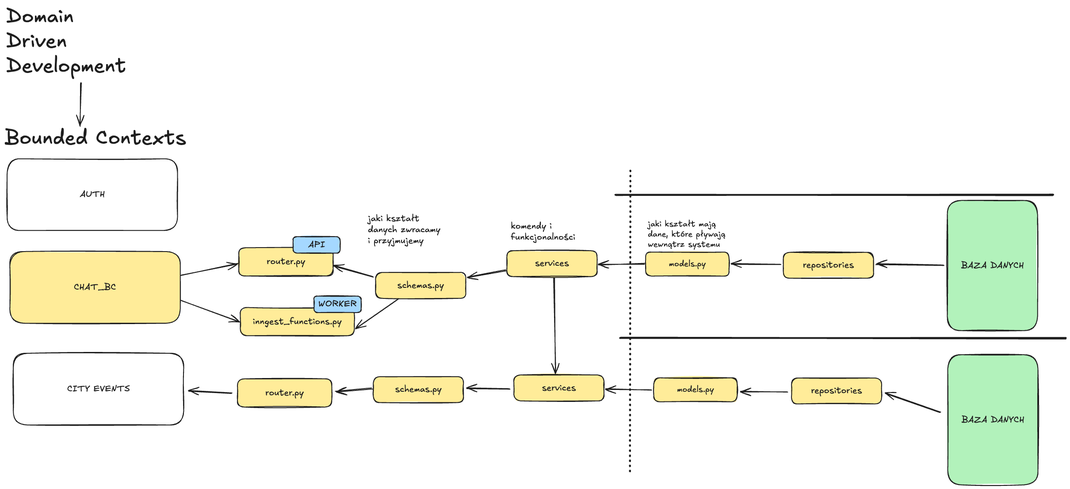
Above: docs/bounded_contexts.excalidraw.png in imprv-ai-materials/ai-2030--G1--smart-wroclaw (Excalidraw), before the change. Source tidied: one line per element, renumbered; positions are measured from the earlier drawing's top-left corner, leaving out a move shared by most shapes.
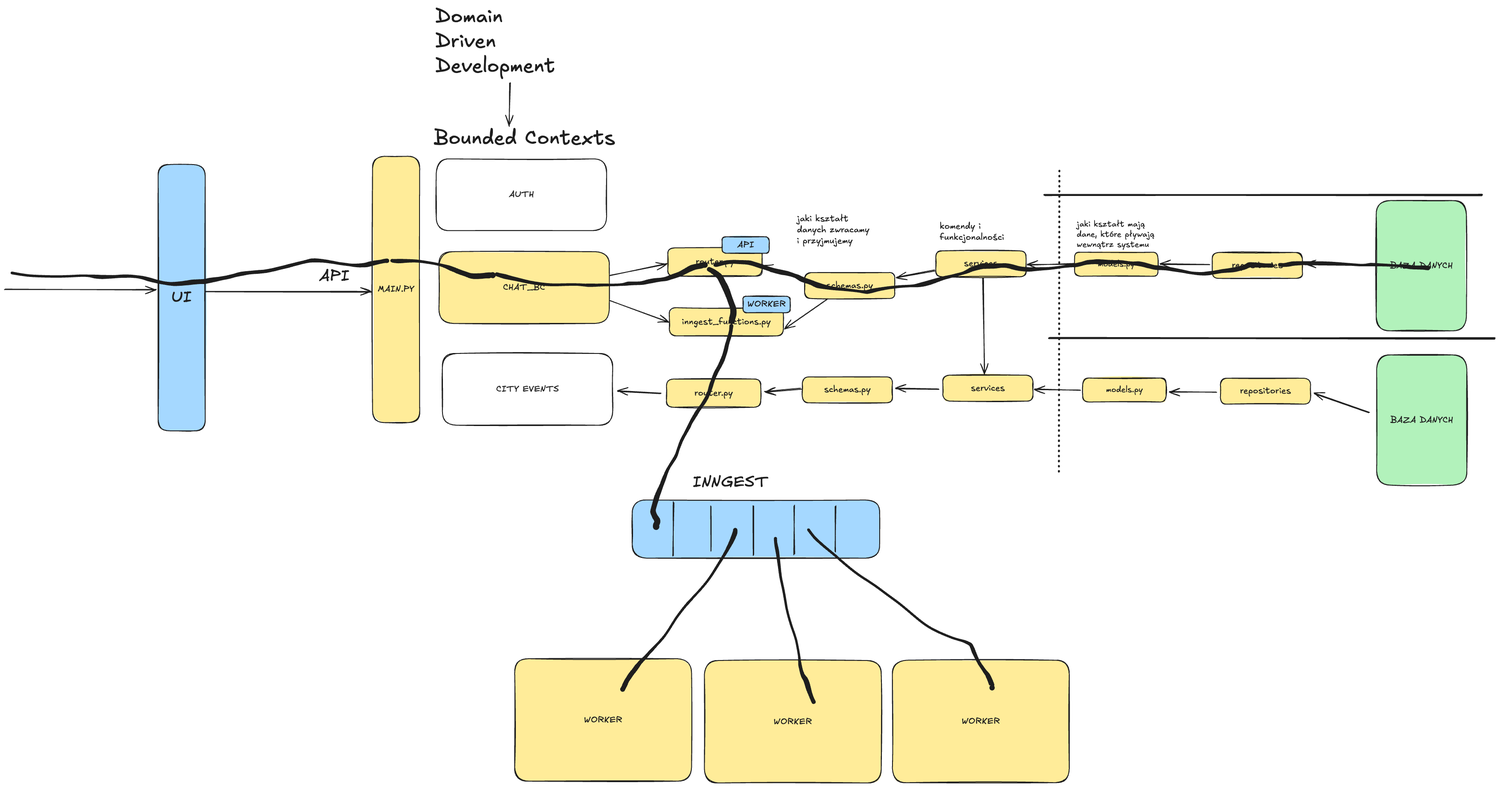
After the commit.

Commit message:
expose inngest

What changed in the source:
```diff
@@ -58,3 +58,33 @@
 {"id": 57, "type": "rectangle", "strokeColor": "#1e1e1e", "backgroundColor": "#b2f2bb", "fillStyle": "solid", "strokeWidth": 2, "roughness": 1, "round": true, "x": 2134, "y": 792, "width": 204, "height": 294}
 {"id": 58, "type": "text", "text": "BAZA DANYCH", "strokeColor": "#1e1e1e", "backgroundColor": "#ffec99", "fillStyle": "solid", "strokeWidth": 2, "roughness": 1, "fontSize": 20, "fontFamily": 5, "textAlign": "center", "verticalAlign": "middle", "inside": 57, "x": 2164, "y": 927, "width": 142, "height": 25}
 {"id": 59, "type": "line", "strokeColor": "#1e1e1e", "backgroundColor": "#b2f2bb", "fillStyle": "solid", "strokeWidth": 4, "strokeStyle": "dotted", "roughness": 1, "round": true, "x": 1415, "y": 376, "width": 0, "height": 682, "points": [[0, 0], [0, 682]]}
+{"id": 60, "type": "rectangle", "strokeColor": "#1e1e1e", "backgroundColor": "#ffec99", "fillStyle": "solid", "strokeWidth": 2, "roughness": 1, "round": true, "x": -138, "y": 343, "width": 107, "height": 602}
+{"id": 61, "type": "text", "text": "MAIN.PY", "strokeColor": "#1e1e1e", "backgroundColor": "#b2f2bb", "fillStyle": "solid", "strokeWidth": 4, "strokeStyle": "dotted", "roughness": 1, "fontSize": 20, "fontFamily": 5, "textAlign": "center", "verticalAlign": "middle", "inside": 60, "x": -126, "y": 632, "width": 83, "height": 25}
+{"id": 62, "type": "rectangle", "strokeColor": "#1e1e1e", "backgroundColor": "#a5d8ff", "fillStyle": "solid", "strokeWidth": 2, "roughness": 1, "round": true, "x": -623, "y": 362, "width": 107, "height": 602}
+{"id": 63, "type": "text", "text": "UI", "strokeColor": "#1e1e1e", "backgroundColor": "#b2f2bb", "fillStyle": "solid", "strokeWidth": 4, "strokeStyle": "dotted", "roughness": 1, "fontSize": 36, "fontFamily": 5, "textAlign": "center", "verticalAlign": "middle", "inside": 62, "x": -593, "y": 640, "width": 46, "height": 45}
+{"id": 64, "type": "arrow", "strokeColor": "#1e1e1e", "backgroundColor": "#a5d8ff", "fillStyle": "solid", "strokeWidth": 2, "roughness": 1, "endArrowhead": "arrow", "round": true, "to": 62, "x": -970, "y": 645, "width": 343, "height": 0, "points": [[0, 0], [343, 0]]}
+{"id": 65, "type": "arrow", "strokeColor": "#1e1e1e", "backgroundColor": "#a5d8ff", "fillStyle": "solid", "strokeWidth": 2, "roughness": 1, "endArrowhead": "arrow", "round": true, "from": 62, "to": 60, "x": -516, "y": 649, "width": 375, "height": 1, "points": [[0, 0], [375, 1]]}
+{"id": 66, "type": "text", "text": "API", "strokeColor": "#1e1e1e", "backgroundColor": "#a5d8ff", "fillStyle": "solid", "strokeWidth": 2, "roughness": 1, "fontSize": 36, "fontFamily": 5, "x": -259, "y": 592, "width": 69, "height": 45}
+{"id": 67, "type": "freedraw", "strokeColor": "#1e1e1e", "backgroundColor": "#a5d8ff", "fillStyle": "solid", "strokeWidth": 2, "roughness": 1, "x": -94, "y": 579, "width": 228, "height": 35, "points": [[0, 0], [1, 0], [3, 1], [9, 1], [22, 1], [54, 0], [93, 6], [113, 10], [124, 14], [125, 15], [129, 16], [142, 21], [151, 25], [166, 30], [175, 34], [180, 35], [181, 35], [183, 35], [192, 35], [204, 35], [212, 34], [214, 34], [215, 33], [216, 33], [217, 33], [219, 33], [221, 33], [226, 33], [228, 33], [228, 33]]}
+{"id": 68, "type": "freedraw", "strokeColor": "#1e1e1e", "backgroundColor": "#a5d8ff", "fillStyle": "solid", "strokeWidth": 2, "roughness": 1, "x": -954, "y": 607, "width": 849, "height": 53, "points": [[0, 0], [37, 6], [158, 6], [182, 7], [209, 9], [255, 7], [292, 10], [317, 17], [354, 24], [375, 25], [398, 22], [419, 20], [436, 19], [449, 17], [487, 10], [514, 3], [552, -2], [584, -6], [619, -14], [652, -23], [676, -28], [711, -27], [759, -19], [783, -17], [802, -18], [813, -21], [845, -28], [847, -28], [848, -27]]}
+{"id": 69, "type": "freedraw", "strokeColor": "#1e1e1e", "backgroundColor": "#a5d8ff", "fillStyle": "solid", "strokeWidth": 2, "roughness": 1, "x": 143, "y": 610, "width": 471, "height": 47, "points": [[0, 0], [2, 1], [11, 3], [25, 7], [123, 25], [187, 23], [208, 25], [248, 24], [290, 23], [292, 22], [318, 20], [334, 19], [351, 15], [379, 11], [386, 10], [397, 5], [412, 0], [424, -5], [431, -9], [434, -11], [438, -13], [455, -18], [461, -19], [467, -21], [469, -21], [470, -21], [471, -21]]}
+{"id": 70, "type": "freedraw", "strokeColor": "#1e1e1e", "backgroundColor": "#a5d8ff", "fillStyle": "solid", "strokeWidth": 2, "roughness": 1, "x": 638, "y": 589, "width": 1259, "height": 69, "points": [[0, 0], [29, -7], [92, -1], [143, 15], [186, 27], [216, 39], [236, 48], [342, 61], [410, 49], [463, 45], [542, 24], [579, 10], [602, 3], [650, 1], [700, 10], [799, 2], [848, -6], [898, -7], [954, -3], [1003, 7], [1095, 20], [1160, 13], [1202, 3], [1217, 0]]}
+{"id": 71, "type": "freedraw", "strokeColor": "#1e1e1e", "backgroundColor": "#a5d8ff", "fillStyle": "solid", "strokeWidth": 2, "roughness": 1, "x": 1915, "y": 589, "width": 335, "height": 12, "points": [[0, 0], [1, 1], [11, 1], [19, -1], [22, -1], [36, -4], [82, -5], [120, -5], [169, 0], [191, 1], [200, 0], [209, -1], [227, 0], [248, 1], [274, 2], [281, 2], [282, 2], [283, 2], [288, 4], [297, 6], [314, 6], [324, 6], [332, 7], [334, 7], [335, 7], [335, 7]]}
+{"id": 72, "type": "freedraw", "strokeColor": "#1e1e1e", "backgroundColor": "#a5d8ff", "fillStyle": "solid", "strokeWidth": 2, "roughness": 1, "x": 624, "y": 599, "width": 55, "height": 117, "points": [[0, 0], [3, 1], [5, 3], [12, 7], [17, 10], [21, 14], [22, 15], [24, 17], [25, 19], [29, 27], [31, 31], [33, 34], [35, 37], [38, 45], [44, 59], [49, 75], [52, 83], [54, 86], [54, 88], [55, 90], [55, 94], [55, 103], [53, 108], [52, 111], [52, 114], [52, 116], [51, 116]]}
+{"id": 73, "type": "rectangle", "strokeColor": "#1e1e1e", "backgroundColor": "#a5d8ff", "fillStyle": "solid", "strokeWidth": 2, "roughness": 1, "round": true, "x": 449, "y": 1120, "width": 560, "height": 131}
+{"id": 74, "type": "line", "strokeColor": "#1e1e1e", "backgroundColor": "#a5d8ff", "fillStyle": "solid", "strokeWidth": 2, "roughness": 1, "round": true, "x": 543, "y": 1125, "width": 0, "height": 122, "points": [[0, 0], [0, 122]]}
+{"id": 75, "type": "line", "strokeColor": "#1e1e1e", "backgroundColor": "#a5d8ff", "fillStyle": "solid", "strokeWidth": 2, "roughness": 1, "round": true, "x": 627, "y": 1135, "width": 0, "height": 100, "points": [[0, 0], [0, 100]]}
+{"id": 76, "type": "line", "strokeColor": "#1e1e1e", "backgroundColor": "#a5d8ff", "fillStyle": "solid", "strokeWidth": 2, "roughness": 1, "round": true, "x": 724, "y": 1133, "width": 0, "height": 112, "points": [[0, 0], [0, 112]]}
+{"id": 77, "type": "line", "strokeColor": "#1e1e1e", "backgroundColor": "#a5d8ff", "fillStyle": "solid", "strokeWidth": 2, "roughness": 1, "round": true, "x": 816, "y": 1132, "width": 0, "height": 112, "points": [[0, 0], [0, 112]]}
+{"id": 78, "type": "line", "strokeColor": "#1e1e1e", "backgroundColor": "#a5d8ff", "fillStyle": "solid", "strokeWidth": 2, "roughness": 1, "round": true, "x": 909, "y": 1135, "width": 0, "height": 102, "points": [[0, 0], [0, 102]]}
+{"id": 79, "type": "freedraw", "strokeColor": "#1e1e1e", "backgroundColor": "#a5d8ff", "fillStyle": "solid", "strokeWidth": 2, "roughness": 1, "x": 674, "y": 727, "width": 178, "height": 454, "points": [[0, 0], [-3, 19], [-11, 47], [-19, 74], [-33, 102], [-45, 130], [-57, 165], [-76, 192], [-95, 224], [-111, 256], [-124, 292], [-146, 328], [-154, 348], [-162, 369], [-167, 384], [-173, 400], [-178, 418], [-177, 422], [-174, 427], [-171, 435], [-168, 438], [-166, 441], [-168, 446], [-170, 448], [-170, 450], [-170, 452], [-170, 454]]}
+{"id": 80, "type": "rectangle", "strokeColor": "#1e1e1e", "backgroundColor": "#ffec99", "fillStyle": "solid", "strokeWidth": 2, "roughness": 1, "round": true, "x": 184, "y": 1479, "width": 400, "height": 277}
+{"id": 81, "type": "text", "text": "WORKER", "strokeColor": "#1e1e1e", "backgroundColor": "#b2f2bb", "fillStyle": "solid", "strokeWidth": 4, "strokeStyle": "dotted", "roughness": 1, "fontSize": 20, "fontFamily": 5, "textAlign": "center", "verticalAlign": "middle", "inside": 80, "x": 340, "y": 1605, "width": 87, "height": 25}
+{"id": 82, "type": "rectangle", "strokeColor": "#1e1e1e", "backgroundColor": "#ffec99", "fillStyle": "solid", "strokeWidth": 2, "roughness": 1, "round": true, "x": 613, "y": 1483, "width": 400, "height": 277}
+{"id": 83, "type": "text", "text": "WORKER", "strokeColor": "#1e1e1e", "backgroundColor": "#b2f2bb", "fillStyle": "solid", "strokeWidth": 4, "strokeStyle": "dotted", "roughness": 1, "fontSize": 20, "fontFamily": 5, "textAlign": "center", "verticalAlign": "middle", "inside": 82, "x": 769, "y": 1609, "width": 87, "height": 25}
+{"id": 84, "type": "rectangle", "strokeColor": "#1e1e1e", "backgroundColor": "#ffec99", "fillStyle": "solid", "strokeWidth": 2, "roughness": 1, "round": true, "x": 1038, "y": 1482, "width": 400, "height": 277}
+{"id": 85, "type": "text", "text": "WORKER", "strokeColor": "#1e1e1e", "backgroundColor": "#b2f2bb", "fillStyle": "solid", "strokeWidth": 4, "strokeStyle": "dotted", "roughness": 1, "fontSize": 20, "fontFamily": 5, "textAlign": "center", "verticalAlign": "middle", "inside": 84, "x": 1195, "y": 1608, "width": 87, "height": 25}
+{"id": 86, "type": "freedraw", "strokeColor": "#1e1e1e", "backgroundColor": "#a5d8ff", "fillStyle": "solid", "strokeWidth": 2, "roughness": 1, "x": 683, "y": 1188, "width": 255, "height": 360, "points": [[0, 0], [0, 2], [0, 2], [0, 4], [0, 6], [-4, 15], [-17, 42], [-30, 65], [-54, 103], [-70, 125], [-95, 152], [-111, 169], [-130, 194], [-154, 232], [-166, 248], [-184, 266], [-199, 282], [-209, 293], [-219, 304], [-221, 307], [-223, 309], [-231, 321], [-238, 330], [-247, 344], [-250, 352], [-254, 360], [-255, 360]]}
+{"id": 87, "type": "freedraw", "strokeColor": "#1e1e1e", "backgroundColor": "#a5d8ff", "fillStyle": "solid", "strokeWidth": 2, "roughness": 1, "x": 774, "y": 1207, "width": 86, "height": 369, "points": [[0, 0], [0, 4], [1, 14], [3, 23], [6, 38], [9, 67], [12, 87], [20, 127], [23, 146], [27, 167], [38, 205], [47, 228], [54, 267], [55, 277], [55, 286], [59, 300], [61, 308], [64, 313], [65, 314], [65, 315], [67, 317], [68, 319], [70, 322], [73, 333], [76, 343], [83, 362], [85, 368], [86, 369], [86, 369]]}
+{"id": 88, "type": "freedraw", "strokeColor": "#1e1e1e", "backgroundColor": "#a5d8ff", "fillStyle": "solid", "strokeWidth": 2, "roughness": 1, "x": 848, "y": 1188, "width": 416, "height": 357, "points": [[0, 0], [6, 7], [14, 18], [40, 42], [60, 58], [86, 81], [126, 111], [154, 128], [190, 156], [214, 173], [250, 204], [284, 228], [307, 237], [337, 249], [350, 252], [360, 255], [367, 259], [371, 268], [374, 278], [383, 297], [390, 308], [398, 318], [403, 325], [404, 327], [405, 328], [406, 331], [411, 340], [413, 346], [415, 352], [416, 354], [416, 355], [416, 357], [415, 357]]}
+{"id": 89, "type": "text", "text": "INNGEST", "strokeColor": "#1e1e1e", "backgroundColor": "#a5d8ff", "fillStyle": "solid", "strokeWidth": 2, "roughness": 1, "fontSize": 36, "fontFamily": 5, "x": 587, "y": 1059, "width": 171, "height": 45}
```
